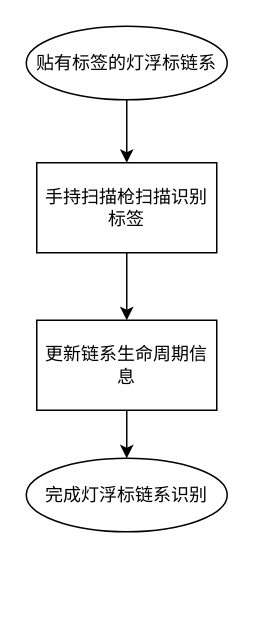
152056212/OS keeps this draw.io diagram as page "第 5 页" (5 of 6) of Untitled Diagram.drawio. Above is the earlier version. Source tidied: cells renumbered, new cells numbered last; positions are measured from the earlier drawing's top-left corner, leaving out a move shared by most shapes. Both pictures are drawn from the tidied source at 150%, with x=0, y=0 at pixel (26, 26).
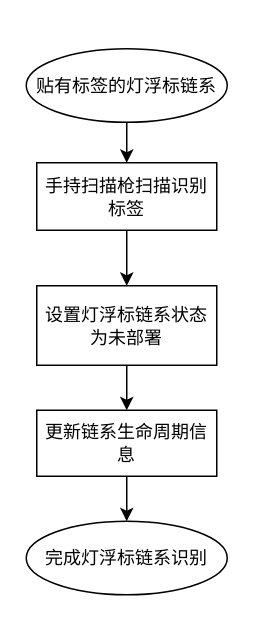
The same diagram, later.

Diff of the diagram source:
```diff
@@
 <mxGraphModel>
   <root>
     <mxCell id="0" />
     <mxCell id="1" parent="0" />
     <mxCell id="2" style="edgeStyle=orthogonalEdgeStyle;rounded=0;jettySize=auto;html=1;exitX=0.5;exitY=1;exitDx=0;exitDy=0;exitPerimeter=0;entryX=0.5;entryY=0;entryDx=0;entryDy=0;fontFamily=宋体;" parent="1" edge="1" source="3" target="5">
       <mxGeometry relative="1" as="geometry" />
     </mxCell>
     <mxCell id="3" value="贴有标签的灯浮标链系" style="strokeWidth=1;html=1;shape=mxgraph.flowchart.start_1;whiteSpace=wrap;fontFamily=宋体;" parent="1" vertex="1">
-      <mxGeometry width="134" height="49" as="geometry" />
+      <mxGeometry y="15" width="134" height="49" as="geometry" />
     </mxCell>
-    <mxCell id="4" style="edgeStyle=orthogonalEdgeStyle;rounded=0;jettySize=auto;html=1;exitX=0.5;exitY=1;exitDx=0;exitDy=0;entryX=0.5;entryY=0;entryDx=0;entryDy=0;fontFamily=宋体;" parent="1" edge="1" source="5" target="7">
-      <mxGeometry relative="1" as="geometry" />
-    </mxCell>
+    <mxCell id="9" style="edgeStyle=orthogonalEdgeStyle;rounded=0;jettySize=auto;html=1;exitX=0.5;exitY=1;exitDx=0;exitDy=0;entryX=0.5;entryY=0;entryDx=0;entryDy=0;fontFamily=宋体;" parent="1" edge="1" source="5" target="11">
+      <mxGeometry relative="1" as="geometry" />
+    </mxCell>
     <mxCell id="5" value="手持扫描枪扫描识别标签" style="rounded=0;whiteSpace=wrap;html=1;strokeWidth=1;fontFamily=宋体;" parent="1" vertex="1">
-      <mxGeometry x="7" y="91" width="120" height="60" as="geometry" />
+      <mxGeometry x="7" y="91" width="120" height="45" as="geometry" />
     </mxCell>
     <mxCell id="6" style="edgeStyle=orthogonalEdgeStyle;rounded=0;jettySize=auto;html=1;exitX=0.5;exitY=1;exitDx=0;exitDy=0;entryX=0.5;entryY=0;entryDx=0;entryDy=0;entryPerimeter=0;fontFamily=宋体;" parent="1" edge="1" source="7" target="8">
       <mxGeometry relative="1" as="geometry" />
     </mxCell>
     <mxCell id="7" value="更新链系生命周期信息" style="rounded=0;whiteSpace=wrap;html=1;strokeWidth=1;fontFamily=宋体;" parent="1" vertex="1">
-      <mxGeometry x="7" y="196" width="120" height="60" as="geometry" />
+      <mxGeometry x="7" y="256" width="120" height="44" as="geometry" />
     </mxCell>
     <mxCell id="8" value="完成灯浮标链系识别" style="strokeWidth=1;html=1;shape=mxgraph.flowchart.start_1;whiteSpace=wrap;fontFamily=宋体;" parent="1" vertex="1">
-      <mxGeometry y="288" width="134" height="49" as="geometry" />
+      <mxGeometry y="330" width="134" height="49" as="geometry" />
     </mxCell>
+    <mxCell id="10" style="edgeStyle=orthogonalEdgeStyle;rounded=0;jettySize=auto;html=1;exitX=0.5;exitY=1;exitDx=0;exitDy=0;entryX=0.5;entryY=0;entryDx=0;entryDy=0;fontFamily=宋体;" parent="1" edge="1" source="11" target="7">
+      <mxGeometry relative="1" as="geometry" />
+    </mxCell>
+    <mxCell id="11" value="设置灯浮标链系状态为未部署" style="rounded=0;whiteSpace=wrap;html=1;strokeWidth=1;fontFamily=宋体;" parent="1" vertex="1">
+      <mxGeometry x="7" y="173" width="120" height="53" as="geometry" />
+    </mxCell>
   </root>
 </mxGraphModel>
```
